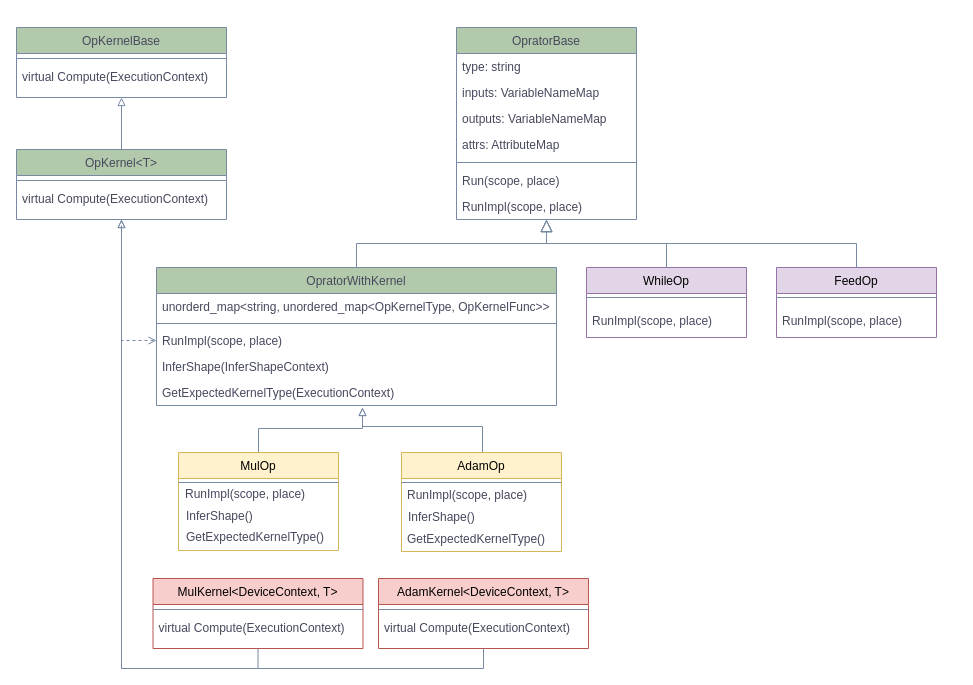
Earlier version of the draw.io diagram op.drawio (zhiqiu/digrams). Source tidied: cells renumbered, new cells numbered last; positions are measured from the earlier drawing's top-left corner, leaving out a move shared by most shapes. Both pictures are drawn from the tidied source at 100%, with x=0, y=0 at pixel (16, 27).
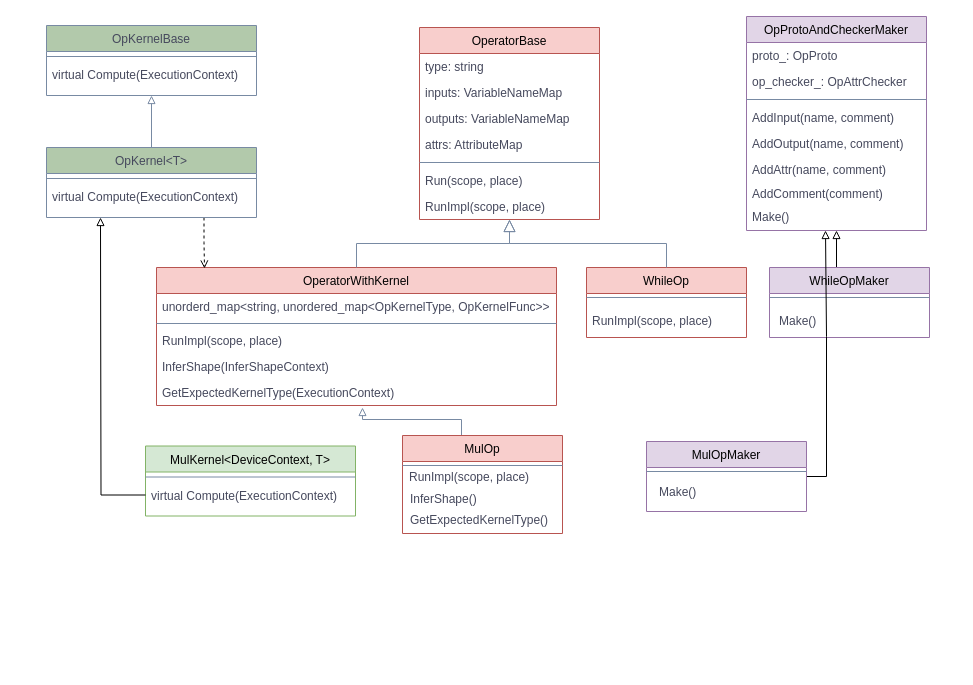
The same page after the edit.

The change refers to these unchanged cells:
```xml
<mxCell id="9" value="RunImpl(scope, place)" style="text;align=left;verticalAlign=top;spacingLeft=4;spacingRight=4;overflow=hidden;points=[[0,0.5],[1,0.5]];portConstraint=eastwest;fontColor=#46495D;" parent="2" vertex="1">
  <mxGeometry y="166" width="180" height="26" as="geometry" />
</mxCell>
<mxCell id="13" value="RunImpl(scope, place)" style="text;align=left;verticalAlign=top;spacingLeft=4;spacingRight=4;overflow=hidden;points=[[0,0.5],[1,0.5]];portConstraint=eastwest;fontColor=#46495D;" parent="10" vertex="1">
  <mxGeometry y="60" width="400" height="26" as="geometry" />
</mxCell>
<mxCell id="49" value="virtual Compute(ExecutionContext)" style="text;align=left;verticalAlign=top;spacingLeft=4;spacingRight=4;overflow=hidden;points=[[0,0.5],[1,0.5]];portConstraint=eastwest;fontColor=#46495D;" parent="47" vertex="1">
  <mxGeometry y="36" width="210" height="26" as="geometry" />
</mxCell>
```

Diff of the diagram source:
```diff
@@
-    <mxCell id="2" value="OpratorBase" style="swimlane;fontStyle=0;align=center;verticalAlign=top;horizontal=1;startSize=26;rounded=0;shadow=0;strokeWidth=1;fillColor=#B2C9AB;strokeColor=#788AA3;fontColor=#46495D;" parent="1" vertex="1">
-      <mxGeometry x="440" width="180" height="192" as="geometry" />
+    <mxCell id="2" value="OperatorBase" style="swimlane;fontStyle=0;align=center;verticalAlign=top;horizontal=1;startSize=26;rounded=0;shadow=0;strokeWidth=1;fillColor=#f8cecc;strokeColor=#b85450;" parent="1" vertex="1">
+      <mxGeometry x="403" width="180" height="192" as="geometry" />
     </mxCell>
@@
-    <mxCell id="10" value="OpratorWithKernel" style="swimlane;fontStyle=0;align=center;verticalAlign=top;horizontal=1;startSize=26;rounded=0;shadow=0;strokeWidth=1;fillColor=#B2C9AB;strokeColor=#788AA3;fontColor=#46495D;" parent="1" vertex="1">
+    <mxCell id="10" value="OperatorWithKernel" style="swimlane;fontStyle=0;align=center;verticalAlign=top;horizontal=1;startSize=26;rounded=0;shadow=0;strokeWidth=1;fillColor=#f8cecc;strokeColor=#b85450;" parent="1" vertex="1">
       <mxGeometry x="140" y="240" width="400" height="138" as="geometry" />
     </mxCell>
@@
-    <mxCell id="17" value="WhileOp" style="swimlane;fontStyle=0;align=center;verticalAlign=top;horizontal=1;startSize=26;rounded=0;shadow=0;strokeWidth=1;fillColor=#e1d5e7;strokeColor=#9673a6;" parent="1" vertex="1">
+    <mxCell id="17" value="WhileOp" style="swimlane;fontStyle=0;align=center;verticalAlign=top;horizontal=1;startSize=26;rounded=0;shadow=0;strokeWidth=1;fillColor=#f8cecc;strokeColor=#b85450;" parent="1" vertex="1">
       <mxGeometry x="570" y="240" width="160" height="70" as="geometry" />
     </mxCell>
@@
-    <mxCell id="21" value="FeedOp" style="swimlane;fontStyle=0;align=center;verticalAlign=top;horizontal=1;startSize=26;rounded=0;shadow=0;strokeWidth=1;fillColor=#e1d5e7;strokeColor=#9673a6;" parent="1" vertex="1">
-      <mxGeometry x="760" y="240" width="160" height="70" as="geometry" />
-    </mxCell>
-    <mxCell id="22" style="line;html=1;strokeWidth=1;align=left;verticalAlign=middle;spacingTop=-1;spacingLeft=3;spacingRight=3;labelPosition=right;fillColor=#B2C9AB;strokeColor=#788AA3;fontColor=#46495D;" parent="21" vertex="1">
-      <mxGeometry y="26" width="160" height="8" as="geometry" />
-    </mxCell>
-    <mxCell id="23" value="RunImpl(scope, place)" style="text;align=left;verticalAlign=top;spacingLeft=4;spacingRight=4;overflow=hidden;fontColor=#46495D;" parent="1" vertex="1">
-      <mxGeometry x="760" y="280" width="180" height="26" as="geometry" />
-    </mxCell>
-    <mxCell id="24" style="endArrow=block;endSize=10;endFill=0;shadow=0;strokeWidth=1;rounded=0;edgeStyle=elbowEdgeStyle;elbow=vertical;exitX=0.5;exitY=0;exitDx=0;exitDy=0;entryX=0.5;entryY=1.013;entryDx=0;entryDy=0;entryPerimeter=0;strokeColor=#788AA3;fontColor=#46495D;" parent="1" edge="1" source="21" target="9">
-      <mxGeometry relative="1" as="geometry" />
-    </mxCell>
-    <mxCell id="25" style="edgeStyle=orthogonalEdgeStyle;rounded=0;jettySize=auto;html=1;endArrow=block;endFill=0;strokeColor=#788AA3;fontColor=#46495D;" parent="1" edge="1" source="26">
+    <mxCell id="25" style="edgeStyle=orthogonalEdgeStyle;rounded=0;jettySize=auto;html=1;endArrow=block;endFill=0;strokeColor=#788AA3;fontColor=#46495D;exitX=0.5;exitY=0;exitDx=0;exitDy=0;" parent="1" edge="1" source="26">
       <mxGeometry relative="1" as="geometry">
         <mxPoint x="346" y="380" as="targetPoint" />
         <Array as="points">
-          <mxPoint x="242" y="401" />
-          <mxPoint x="346" y="401" />
+          <mxPoint x="445" y="408" />
+          <mxPoint x="445" y="392" />
+          <mxPoint x="346" y="392" />
         </Array>
       </mxGeometry>
     </mxCell>
-    <mxCell id="26" value="MulOp" style="swimlane;fontStyle=0;align=center;verticalAlign=top;horizontal=1;startSize=26;rounded=0;shadow=0;strokeWidth=1;fillColor=#fff2cc;strokeColor=#d6b656;" parent="1" vertex="1">
-      <mxGeometry x="162" y="425" width="160" height="98" as="geometry" />
+    <mxCell id="26" value="MulOp" style="swimlane;fontStyle=0;align=center;verticalAlign=top;horizontal=1;startSize=26;rounded=0;shadow=0;strokeWidth=1;fillColor=#f8cecc;strokeColor=#b85450;" parent="1" vertex="1">
+      <mxGeometry x="386" y="408" width="160" height="98" as="geometry" />
     </mxCell>
@@
-    <mxCell id="28" style="edgeStyle=orthogonalEdgeStyle;rounded=0;jettySize=auto;html=1;exitX=0.5;exitY=0;exitDx=0;exitDy=0;endArrow=block;endFill=0;strokeColor=#788AA3;fontColor=#46495D;" parent="1" edge="1" source="29">
-      <mxGeometry relative="1" as="geometry">
-        <mxPoint x="346" y="380" as="targetPoint" />
-        <Array as="points">
-          <mxPoint x="466" y="399" />
-          <mxPoint x="346" y="399" />
-        </Array>
-      </mxGeometry>
-    </mxCell>
-    <mxCell id="29" value="AdamOp" style="swimlane;fontStyle=0;align=center;verticalAlign=top;horizontal=1;startSize=26;rounded=0;shadow=0;strokeWidth=1;fillColor=#fff2cc;strokeColor=#d6b656;" parent="1" vertex="1">
-      <mxGeometry x="385" y="425" width="160" height="99" as="geometry" />
-    </mxCell>
-    <mxCell id="30" style="line;html=1;strokeWidth=1;align=left;verticalAlign=middle;spacingTop=-1;spacingLeft=3;spacingRight=3;labelPosition=right;fillColor=#B2C9AB;strokeColor=#788AA3;fontColor=#46495D;" parent="29" vertex="1">
-      <mxGeometry y="26" width="160" height="8" as="geometry" />
-    </mxCell>
     <mxCell id="31" value="OpKernelBase" style="swimlane;fontStyle=0;align=center;verticalAlign=top;horizontal=1;startSize=26;rounded=0;shadow=0;strokeWidth=1;fillColor=#B2C9AB;strokeColor=#788AA3;fontColor=#46495D;" parent="1" vertex="1">
-      <mxGeometry width="210" height="70" as="geometry" />
+      <mxGeometry x="30" y="-2" width="210" height="70" as="geometry" />
     </mxCell>
@@
-    <mxCell id="35" style="edgeStyle=orthogonalEdgeStyle;rounded=0;jettySize=auto;html=1;exitX=0.5;exitY=1;exitDx=0;exitDy=0;entryX=0;entryY=0.5;entryDx=0;entryDy=0;dashed=1;endArrow=open;endFill=0;strokeColor=#788AA3;fontColor=#46495D;" parent="1" edge="1" source="38" target="13">
-      <mxGeometry relative="1" as="geometry" />
-    </mxCell>
-    <mxCell id="36" style="edgeStyle=orthogonalEdgeStyle;rounded=0;jettySize=auto;html=1;exitX=0.5;exitY=1;exitDx=0;exitDy=0;entryX=0.5;entryY=1;entryDx=0;entryDy=0;endArrow=none;endFill=0;strokeColor=#788AA3;fontColor=#46495D;startArrow=block;startFill=0;" parent="1" edge="1" source="38" target="50">
-      <mxGeometry relative="1" as="geometry" />
-    </mxCell>
-    <mxCell id="37" style="edgeStyle=orthogonalEdgeStyle;rounded=0;jettySize=auto;html=1;exitX=0.5;exitY=1;exitDx=0;exitDy=0;entryX=0.5;entryY=1;entryDx=0;entryDy=0;endArrow=none;endFill=0;strokeColor=#788AA3;fontColor=#46495D;startArrow=block;startFill=0;" parent="1" edge="1" source="38" target="47">
-      <mxGeometry relative="1" as="geometry" />
-    </mxCell>
+    <mxCell id="53" style="edgeStyle=orthogonalEdgeStyle;rounded=0;jettySize=auto;html=1;exitX=0.75;exitY=1;exitDx=0;exitDy=0;endArrow=open;endFill=0;dashed=1;entryX=0.12;entryY=0.007;entryDx=0;entryDy=0;entryPerimeter=0;" parent="1" edge="1" source="38" target="10">
+      <mxGeometry relative="1" as="geometry" />
+    </mxCell>
     <mxCell id="38" value="OpKernel&lt;T&gt;" style="swimlane;fontStyle=0;align=center;verticalAlign=top;horizontal=1;startSize=26;rounded=0;shadow=0;strokeWidth=1;fillColor=#B2C9AB;strokeColor=#788AA3;fontColor=#46495D;" parent="1" vertex="1">
-      <mxGeometry y="122" width="210" height="70" as="geometry" />
+      <mxGeometry x="30" y="120" width="210" height="70" as="geometry" />
     </mxCell>
@@
     <mxCell id="41" value="RunImpl(scope, place)" style="text;align=left;verticalAlign=top;spacingLeft=4;spacingRight=4;overflow=hidden;fontColor=#46495D;" parent="1" vertex="1">
-      <mxGeometry x="163" y="453" width="190" height="26" as="geometry" />
+      <mxGeometry x="387" y="436" width="190" height="26" as="geometry" />
     </mxCell>
     <mxCell id="42" value="InferShape()" style="text;align=left;verticalAlign=top;spacingLeft=4;spacingRight=4;overflow=hidden;fontColor=#46495D;" parent="1" vertex="1">
-      <mxGeometry x="164" y="475" width="190" height="26" as="geometry" />
+      <mxGeometry x="388" y="458" width="190" height="26" as="geometry" />
     </mxCell>
-    <mxCell id="43" value="RunImpl(scope, place)" style="text;align=left;verticalAlign=top;spacingLeft=4;spacingRight=4;overflow=hidden;fontColor=#46495D;" parent="1" vertex="1">
-      <mxGeometry x="385" y="454" width="190" height="26" as="geometry" />
-    </mxCell>
-    <mxCell id="44" value="InferShape()" style="text;align=left;verticalAlign=top;spacingLeft=4;spacingRight=4;overflow=hidden;fontColor=#46495D;" parent="1" vertex="1">
-      <mxGeometry x="386" y="476" width="190" height="26" as="geometry" />
-    </mxCell>
     <mxCell id="45" value="GetExpectedKernelType()" style="text;align=left;verticalAlign=top;spacingLeft=4;spacingRight=4;overflow=hidden;fontColor=#46495D;" parent="1" vertex="1">
-      <mxGeometry x="164" y="496" width="155" height="26" as="geometry" />
+      <mxGeometry x="388" y="479" width="155" height="26" as="geometry" />
     </mxCell>
-    <mxCell id="46" value="GetExpectedKernelType()" style="text;align=left;verticalAlign=top;spacingLeft=4;spacingRight=4;overflow=hidden;fontColor=#46495D;" parent="1" vertex="1">
-      <mxGeometry x="385" y="498" width="155" height="26" as="geometry" />
-    </mxCell>
-    <mxCell id="47" value="MulKernel&lt;DeviceContext, T&gt;" style="swimlane;fontStyle=0;align=center;verticalAlign=top;horizontal=1;startSize=26;rounded=0;shadow=0;strokeWidth=1;fillColor=#f8cecc;strokeColor=#b85450;" parent="1" vertex="1">
-      <mxGeometry x="136.5" y="551" width="210" height="70" as="geometry" />
+    <mxCell id="47" value="MulKernel&lt;DeviceContext, T&gt;" style="swimlane;fontStyle=0;align=center;verticalAlign=top;horizontal=1;startSize=26;rounded=0;shadow=0;strokeWidth=1;fillColor=#d5e8d4;strokeColor=#82b366;" parent="1" vertex="1">
+      <mxGeometry x="129" y="418.5" width="210" height="70" as="geometry" />
     </mxCell>
@@
-    <mxCell id="50" value="AdamKernel&lt;DeviceContext, T&gt;" style="swimlane;fontStyle=0;align=center;verticalAlign=top;horizontal=1;startSize=26;rounded=0;shadow=0;strokeWidth=1;fillColor=#f8cecc;strokeColor=#b85450;" parent="1" vertex="1">
-      <mxGeometry x="362" y="551" width="210" height="70" as="geometry" />
-    </mxCell>
-    <mxCell id="51" style="line;html=1;strokeWidth=1;align=left;verticalAlign=middle;spacingTop=-1;spacingLeft=3;spacingRight=3;labelPosition=right;fillColor=#B2C9AB;strokeColor=#788AA3;fontColor=#46495D;" parent="50" vertex="1">
-      <mxGeometry y="26" width="210" height="10" as="geometry" />
-    </mxCell>
-    <mxCell id="52" value="virtual Compute(ExecutionContext)" style="text;align=left;verticalAlign=top;spacingLeft=4;spacingRight=4;overflow=hidden;fontColor=#46495D;" parent="50" vertex="1">
-      <mxGeometry y="36" width="210" height="26" as="geometry" />
-    </mxCell>
+    <mxCell id="54" value="OpProtoAndCheckerMaker" style="swimlane;fontStyle=0;align=center;verticalAlign=top;horizontal=1;startSize=26;rounded=0;shadow=0;strokeWidth=1;fillColor=#e1d5e7;strokeColor=#9673a6;" parent="1" vertex="1">
+      <mxGeometry x="730" y="-11" width="180" height="214" as="geometry" />
+    </mxCell>
+    <mxCell id="55" value="proto_: OpProto" style="text;align=left;verticalAlign=top;spacingLeft=4;spacingRight=4;overflow=hidden;fontColor=#46495D;" parent="54" vertex="1">
+      <mxGeometry y="26" width="180" height="26" as="geometry" />
+    </mxCell>
+    <mxCell id="56" value="op_checker_: OpAttrChecker" style="text;align=left;verticalAlign=top;spacingLeft=4;spacingRight=4;overflow=hidden;rounded=0;shadow=0;html=0;fontColor=#46495D;" parent="54" vertex="1">
+      <mxGeometry y="52" width="180" height="26" as="geometry" />
+    </mxCell>
+    <mxCell id="57" style="line;html=1;strokeWidth=1;align=left;verticalAlign=middle;spacingTop=-1;spacingLeft=3;spacingRight=3;labelPosition=right;fillColor=#B2C9AB;strokeColor=#788AA3;fontColor=#46495D;" parent="54" vertex="1">
+      <mxGeometry y="78" width="180" height="10" as="geometry" />
+    </mxCell>
+    <mxCell id="58" value="AddInput(name, comment)" style="text;align=left;verticalAlign=top;spacingLeft=4;spacingRight=4;overflow=hidden;fontColor=#46495D;" parent="54" vertex="1">
+      <mxGeometry y="88" width="180" height="26" as="geometry" />
+    </mxCell>
+    <mxCell id="59" value="AddOutput(name, comment)" style="text;align=left;verticalAlign=top;spacingLeft=4;spacingRight=4;overflow=hidden;fontColor=#46495D;" parent="54" vertex="1">
+      <mxGeometry y="114" width="180" height="26" as="geometry" />
+    </mxCell>
+    <mxCell id="60" value="AddAttr(name, comment)" style="text;align=left;verticalAlign=top;spacingLeft=4;spacingRight=4;overflow=hidden;fontColor=#46495D;" parent="54" vertex="1">
+      <mxGeometry y="140" width="180" height="26" as="geometry" />
+    </mxCell>
+    <mxCell id="61" value="AddComment(comment)" style="text;align=left;verticalAlign=top;spacingLeft=4;spacingRight=4;overflow=hidden;fontColor=#46495D;" parent="1" vertex="1">
+      <mxGeometry x="730" y="153" width="180" height="26" as="geometry" />
+    </mxCell>
+    <mxCell id="62" value="Make()" style="text;align=left;verticalAlign=top;spacingLeft=4;spacingRight=4;overflow=hidden;fontColor=#46495D;" parent="1" vertex="1">
+      <mxGeometry x="730" y="176" width="180" height="24" as="geometry" />
+    </mxCell>
+    <mxCell id="63" style="edgeStyle=orthogonalEdgeStyle;rounded=0;jettySize=auto;html=1;exitX=0.5;exitY=0;exitDx=0;exitDy=0;entryX=0.5;entryY=1;entryDx=0;entryDy=0;endArrow=block;endFill=0;" parent="1" edge="1" source="64" target="54">
+      <mxGeometry relative="1" as="geometry" />
+    </mxCell>
+    <mxCell id="64" value="WhileOpMaker" style="swimlane;fontStyle=0;align=center;verticalAlign=top;horizontal=1;startSize=26;rounded=0;shadow=0;strokeWidth=1;fillColor=#e1d5e7;strokeColor=#9673a6;" parent="1" vertex="1">
+      <mxGeometry x="753" y="240" width="160" height="70" as="geometry" />
+    </mxCell>
+    <mxCell id="65" style="line;html=1;strokeWidth=1;align=left;verticalAlign=middle;spacingTop=-1;spacingLeft=3;spacingRight=3;labelPosition=right;fillColor=#B2C9AB;strokeColor=#788AA3;fontColor=#46495D;" parent="64" vertex="1">
+      <mxGeometry y="26" width="160" height="8" as="geometry" />
+    </mxCell>
+    <mxCell id="66" value="Make()" style="text;align=left;verticalAlign=top;spacingLeft=4;spacingRight=4;overflow=hidden;fontColor=#46495D;" parent="1" vertex="1">
+      <mxGeometry x="757" y="280" width="180" height="24" as="geometry" />
+    </mxCell>
+    <mxCell id="67" style="edgeStyle=orthogonalEdgeStyle;rounded=0;jettySize=auto;html=1;endArrow=block;endFill=0;" parent="1" edge="1" source="68">
+      <mxGeometry relative="1" as="geometry">
+        <mxPoint x="809" y="203" as="targetPoint" />
+      </mxGeometry>
+    </mxCell>
+    <mxCell id="68" value="MulOpMaker" style="swimlane;fontStyle=0;align=center;verticalAlign=top;horizontal=1;startSize=26;rounded=0;shadow=0;strokeWidth=1;fillColor=#e1d5e7;strokeColor=#9673a6;" parent="1" vertex="1">
+      <mxGeometry x="630" y="414" width="160" height="70" as="geometry" />
+    </mxCell>
+    <mxCell id="69" style="line;html=1;strokeWidth=1;align=left;verticalAlign=middle;spacingTop=-1;spacingLeft=3;spacingRight=3;labelPosition=right;fillColor=#B2C9AB;strokeColor=#788AA3;fontColor=#46495D;" parent="68" vertex="1">
+      <mxGeometry y="26" width="160" height="8" as="geometry" />
+    </mxCell>
+    <mxCell id="70" value="Make()" style="text;align=left;verticalAlign=top;spacingLeft=4;spacingRight=4;overflow=hidden;fontColor=#46495D;" parent="1" vertex="1">
+      <mxGeometry x="637" y="451" width="180" height="24" as="geometry" />
+    </mxCell>
+    <mxCell id="71" style="edgeStyle=orthogonalEdgeStyle;rounded=0;jettySize=auto;html=1;endArrow=block;endFill=0;" parent="1" edge="1" source="49">
+      <mxGeometry relative="1" as="geometry">
+        <mxPoint x="84" y="190" as="targetPoint" />
+      </mxGeometry>
+    </mxCell>
```
